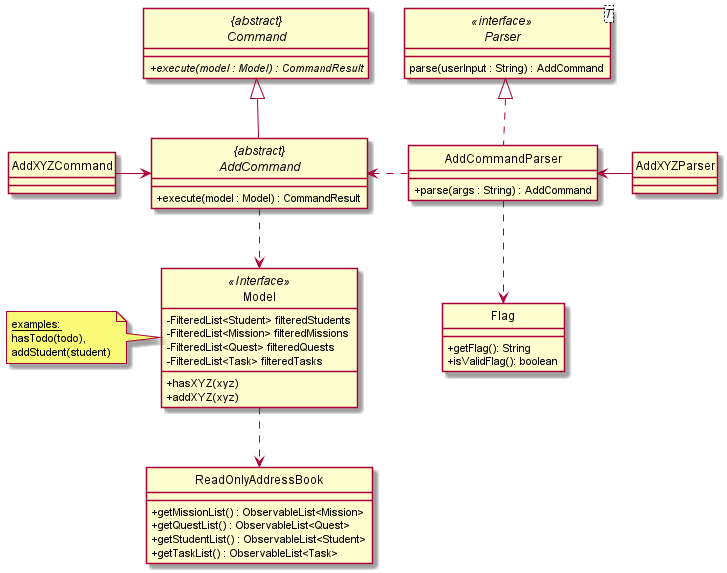
This is docs/images/AddCommandClassDiagram.png from wireseo/tp, a PlantUML export, as it was before one commit.
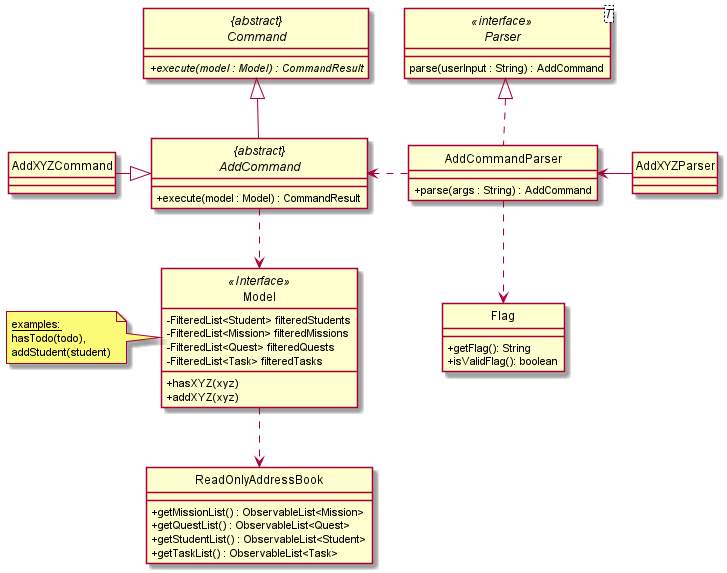
Above is the later version.

Diff of the diagram source:
```diff
@@ -51,7 +51,7 @@
 "{abstract}\nAddCommand" --up|> "{abstract}\nCommand"
 AddCommandParser ..> Flag
 
-AddXYZCommand -right-> "{abstract}\nAddCommand"
+AddXYZCommand -right-|> "{abstract}\nAddCommand"
 AddXYZParser -left-> AddCommandParser
 
 note as N1
```
